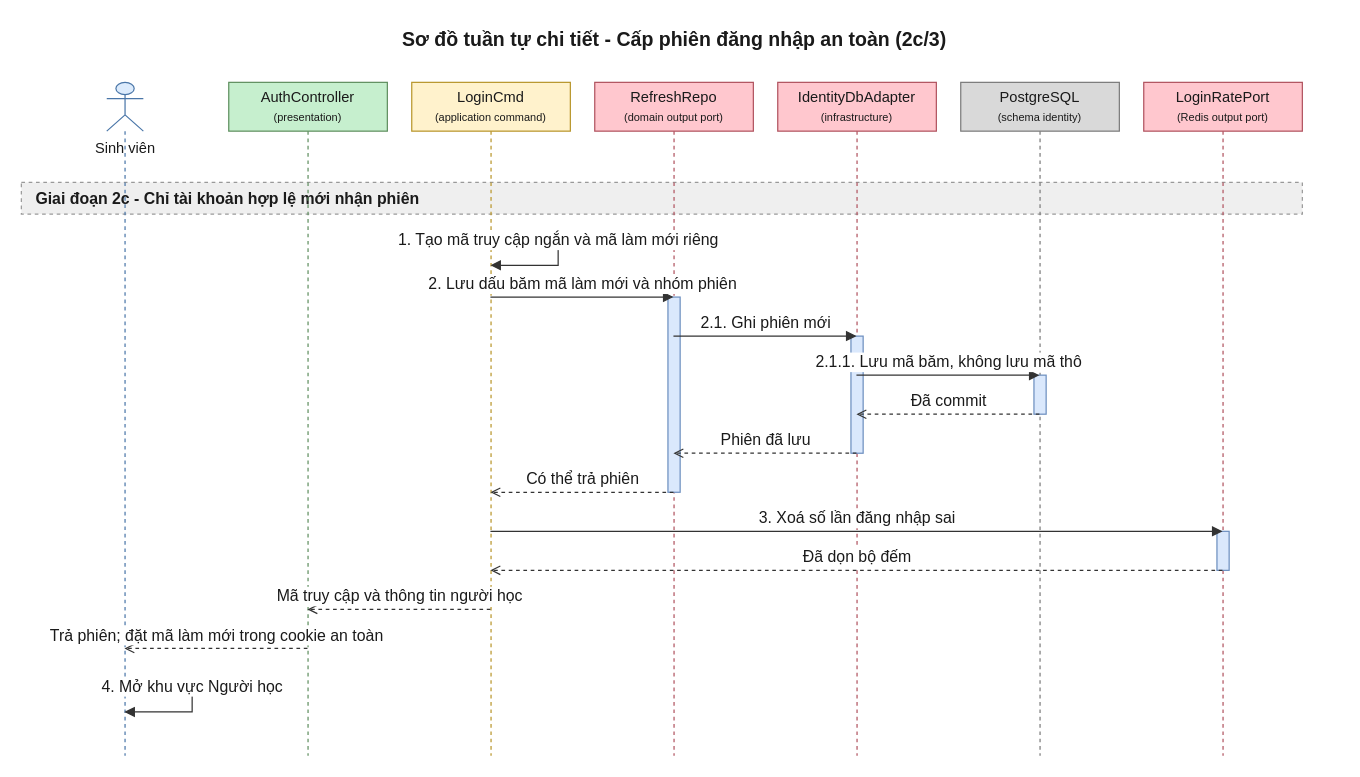
Before: 08-diagram/sequence/user/sequence_user_dang_ky_dang_nhap_p2c.drawio in daiphu1801/PRJ_ALGOPREP, a draw.io diagram. Source tidied: cells renumbered, new cells numbered last; positions are measured from the earlier drawing's top-left corner, leaving out a move shared by most shapes. Both pictures are drawn from the tidied source at 122%, with x=0, y=0 at pixel (21, 21).
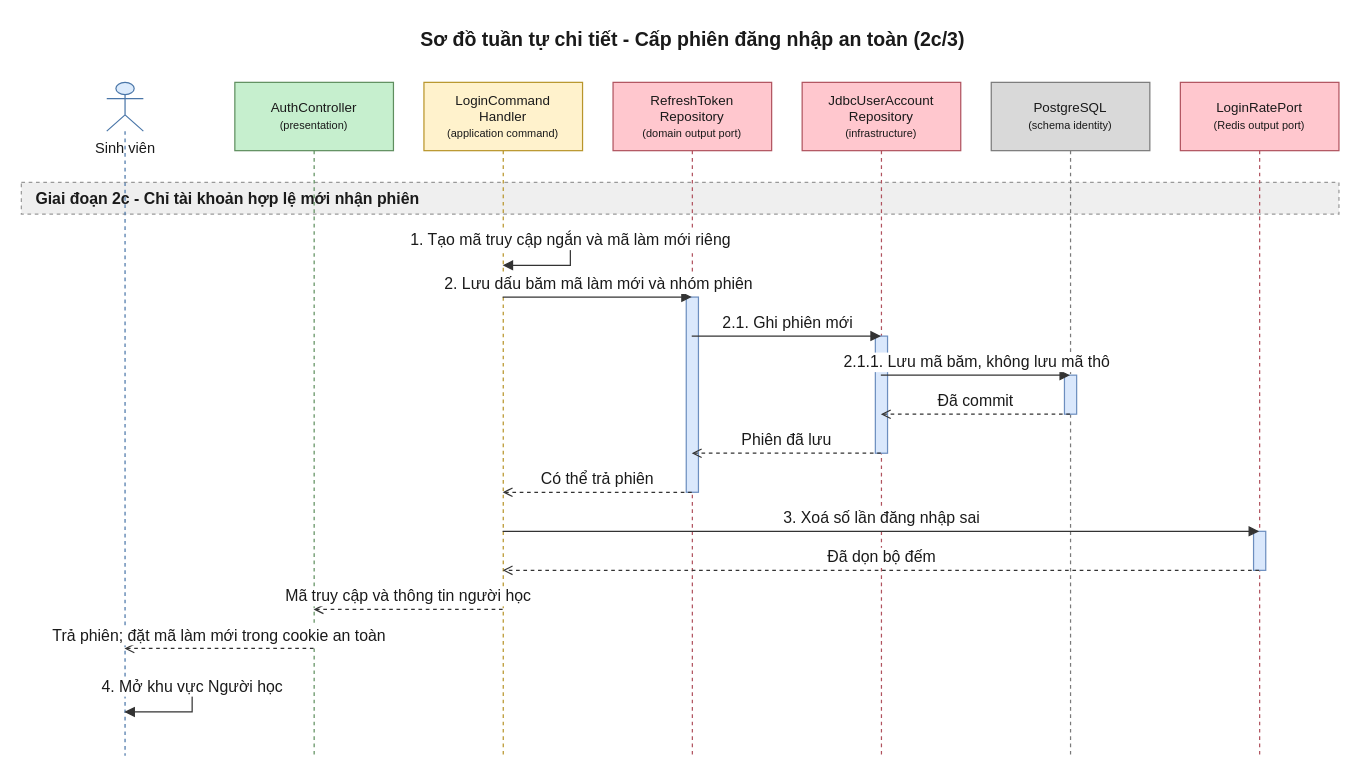
The same page after the edit.

Change to the diagram source:
```diff
@@
     <mxCell id="2" value="Sơ đồ tuần tự chi tiết - Cấp phiên đăng nhập an toàn (2c/3)" style="text;html=1;fontSize=16;fontStyle=1;align=center;verticalAlign=middle;fontColor=#1A1A1A;" parent="1" vertex="1">
-      <mxGeometry x="20" width="1030" height="30" as="geometry" />
+      <mxGeometry x="20" width="1060" height="30" as="geometry" />
     </mxCell>
     <mxCell id="3" value="Giai đoạn 2c - Chỉ tài khoản hợp lệ mới nhận phiên" style="algoprep=phase;rounded=0;whiteSpace=wrap;html=1;fillColor=#EFEFEF;strokeColor=#999999;dashed=1;align=left;verticalAlign=middle;spacingLeft=10;fontColor=#1A1A1A;fontSize=13;fontStyle=1;" parent="1" vertex="1">
-      <mxGeometry y="132" width="1050" height="26" as="geometry" />
+      <mxGeometry y="132" width="1080" height="26" as="geometry" />
     </mxCell>
@@
-    <mxCell id="5" value="AuthController&lt;br&gt;&lt;font style=&quot;font-size:9px&quot;&gt;(presentation)&lt;/font&gt;" style="shape=umlLifeline;perimeter=lifelinePerimeter;whiteSpace=wrap;html=1;outlineConnect=0;size=40;fillColor=#C6EFCE;strokeColor=#5E8E5E;fontColor=#1A1A1A;" parent="1" vertex="1">
-      <mxGeometry x="170" y="50" width="130" height="552" as="geometry" />
+    <mxCell id="5" value="AuthController&lt;br&gt;&lt;font style=&quot;font-size:9px&quot;&gt;(presentation)&lt;/font&gt;" style="shape=umlLifeline;perimeter=lifelinePerimeter;whiteSpace=wrap;html=1;outlineConnect=0;size=56;fontSize=11;fillColor=#C6EFCE;strokeColor=#5E8E5E;fontColor=#1A1A1A;" parent="1" vertex="1">
+      <mxGeometry x="175" y="50" width="130" height="552" as="geometry" />
     </mxCell>
-    <mxCell id="6" value="LoginCmd&lt;br&gt;&lt;font style=&quot;font-size:9px&quot;&gt;(application command)&lt;/font&gt;" style="shape=umlLifeline;perimeter=lifelinePerimeter;whiteSpace=wrap;html=1;outlineConnect=0;size=40;fillColor=#FFF2CC;strokeColor=#B8952A;fontColor=#1A1A1A;" parent="1" vertex="1">
-      <mxGeometry x="320" y="50" width="130" height="552" as="geometry" />
+    <mxCell id="6" value="LoginCommand&lt;br&gt;Handler&lt;br&gt;&lt;font style=&quot;font-size:9px&quot;&gt;(application command)&lt;/font&gt;" style="shape=umlLifeline;perimeter=lifelinePerimeter;whiteSpace=wrap;html=1;outlineConnect=0;size=56;fontSize=11;fillColor=#FFF2CC;strokeColor=#B8952A;fontColor=#1A1A1A;" parent="1" vertex="1">
+      <mxGeometry x="330" y="50" width="130" height="552" as="geometry" />
     </mxCell>
-    <mxCell id="7" value="RefreshRepo&lt;br&gt;&lt;font style=&quot;font-size:9px&quot;&gt;(domain output port)&lt;/font&gt;" style="shape=umlLifeline;perimeter=lifelinePerimeter;whiteSpace=wrap;html=1;outlineConnect=0;size=40;fillColor=#FFC7CE;strokeColor=#B0525E;fontColor=#1A1A1A;" parent="1" vertex="1">
-      <mxGeometry x="470" y="50" width="130" height="552" as="geometry" />
+    <mxCell id="7" value="RefreshToken&lt;br&gt;Repository&lt;br&gt;&lt;font style=&quot;font-size:9px&quot;&gt;(domain output port)&lt;/font&gt;" style="shape=umlLifeline;perimeter=lifelinePerimeter;whiteSpace=wrap;html=1;outlineConnect=0;size=56;fontSize=11;fillColor=#FFC7CE;strokeColor=#B0525E;fontColor=#1A1A1A;" parent="1" vertex="1">
+      <mxGeometry x="485" y="50" width="130" height="552" as="geometry" />
     </mxCell>
-    <mxCell id="8" value="IdentityDbAdapter&lt;br&gt;&lt;font style=&quot;font-size:9px&quot;&gt;(infrastructure)&lt;/font&gt;" style="shape=umlLifeline;perimeter=lifelinePerimeter;whiteSpace=wrap;html=1;outlineConnect=0;size=40;fillColor=#FFC7CE;strokeColor=#B0525E;fontColor=#1A1A1A;" parent="1" vertex="1">
-      <mxGeometry x="620" y="50" width="130" height="552" as="geometry" />
+    <mxCell id="8" value="JdbcUserAccount&lt;br&gt;Repository&lt;br&gt;&lt;font style=&quot;font-size:9px&quot;&gt;(infrastructure)&lt;/font&gt;" style="shape=umlLifeline;perimeter=lifelinePerimeter;whiteSpace=wrap;html=1;outlineConnect=0;size=56;fontSize=11;fillColor=#FFC7CE;strokeColor=#B0525E;fontColor=#1A1A1A;" parent="1" vertex="1">
+      <mxGeometry x="640" y="50" width="130" height="552" as="geometry" />
     </mxCell>
-    <mxCell id="9" value="PostgreSQL&lt;br&gt;&lt;font style=&quot;font-size:9px&quot;&gt;(schema identity)&lt;/font&gt;" style="shape=umlLifeline;perimeter=lifelinePerimeter;whiteSpace=wrap;html=1;outlineConnect=0;size=40;fillColor=#D9D9D9;strokeColor=#7A7A7A;fontColor=#1A1A1A;" parent="1" vertex="1">
-      <mxGeometry x="770" y="50" width="130" height="552" as="geometry" />
+    <mxCell id="9" value="PostgreSQL&lt;br&gt;&lt;font style=&quot;font-size:9px&quot;&gt;(schema identity)&lt;/font&gt;" style="shape=umlLifeline;perimeter=lifelinePerimeter;whiteSpace=wrap;html=1;outlineConnect=0;size=56;fontSize=11;fillColor=#D9D9D9;strokeColor=#7A7A7A;fontColor=#1A1A1A;" parent="1" vertex="1">
+      <mxGeometry x="795" y="50" width="130" height="552" as="geometry" />
     </mxCell>
-    <mxCell id="10" value="LoginRatePort&lt;br&gt;&lt;font style=&quot;font-size:9px&quot;&gt;(Redis output port)&lt;/font&gt;" style="shape=umlLifeline;perimeter=lifelinePerimeter;whiteSpace=wrap;html=1;outlineConnect=0;size=40;fillColor=#FFC7CE;strokeColor=#B0525E;fontColor=#1A1A1A;" parent="1" vertex="1">
-      <mxGeometry x="920" y="50" width="130" height="552" as="geometry" />
+    <mxCell id="10" value="LoginRatePort&lt;br&gt;&lt;font style=&quot;font-size:9px&quot;&gt;(Redis output port)&lt;/font&gt;" style="shape=umlLifeline;perimeter=lifelinePerimeter;whiteSpace=wrap;html=1;outlineConnect=0;size=56;fontSize=11;fillColor=#FFC7CE;strokeColor=#B0525E;fontColor=#1A1A1A;" parent="1" vertex="1">
+      <mxGeometry x="950" y="50" width="130" height="552" as="geometry" />
     </mxCell>
@@
     <mxCell id="15" value="1. Tạo mã truy cập ngắn và mã làm mới riêng" style="edgeStyle=orthogonalEdgeStyle;rounded=0;html=1;endArrow=block;endFill=1;strokeColor=#333333;fontColor=#1A1A1A;fontSize=13;verticalAlign=bottom;exitX=0.5;exitY=0.2355;exitDx=0;exitDy=0;entryX=0.5;entryY=0.2717;entryDx=0;entryDy=0;" parent="1" edge="1" source="6" target="6">
       <mxGeometry relative="1" as="geometry">
         <Array as="points">
-          <mxPoint x="440" y="180" />
-          <mxPoint x="440" y="200" />
+          <mxPoint x="450" y="180" />
+          <mxPoint x="450" y="200" />
         </Array>
       </mxGeometry>
     </mxCell>
```
